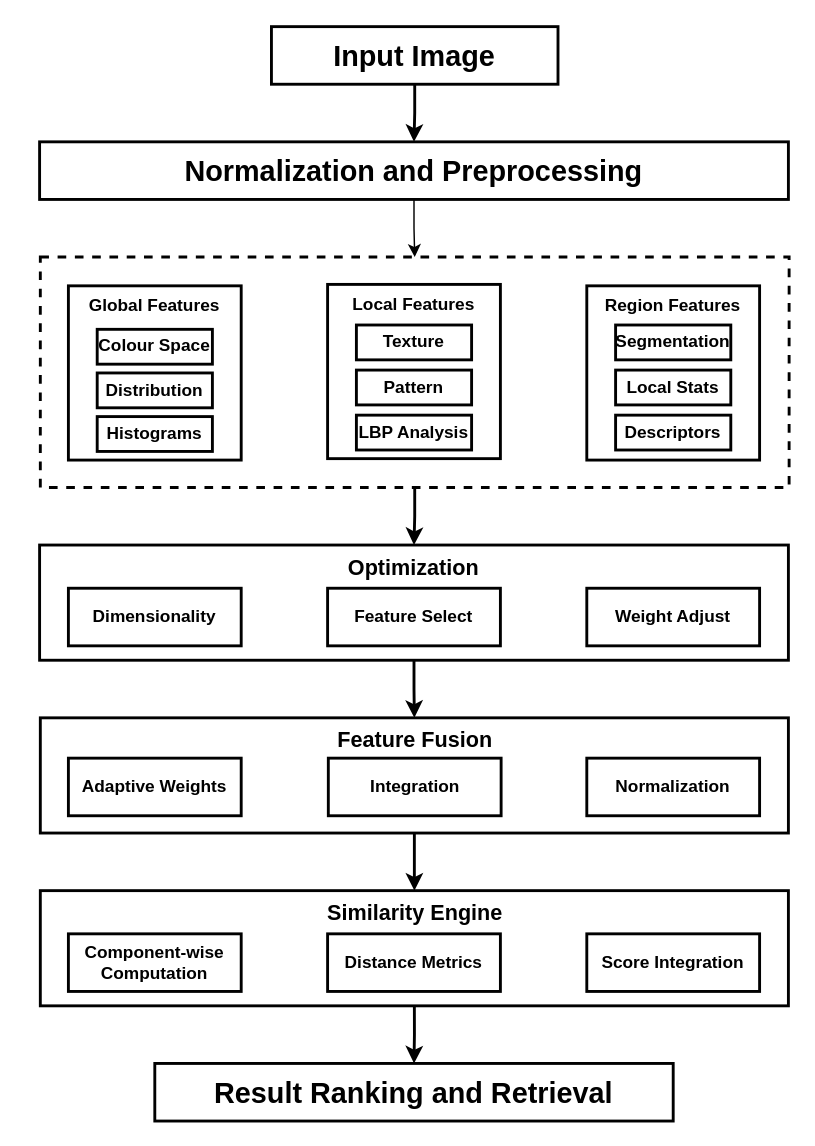
Above: CBIR_2_1.drawio in vinayak-k24/DrawIO (draw.io), before the change. Source tidied: cells renumbered, new cells numbered last; positions are measured from the earlier drawing's top-left corner, leaving out a move shared by most shapes. Both pictures are drawn from the tidied source at 144%, with x=0, y=0 at pixel (39, 26).
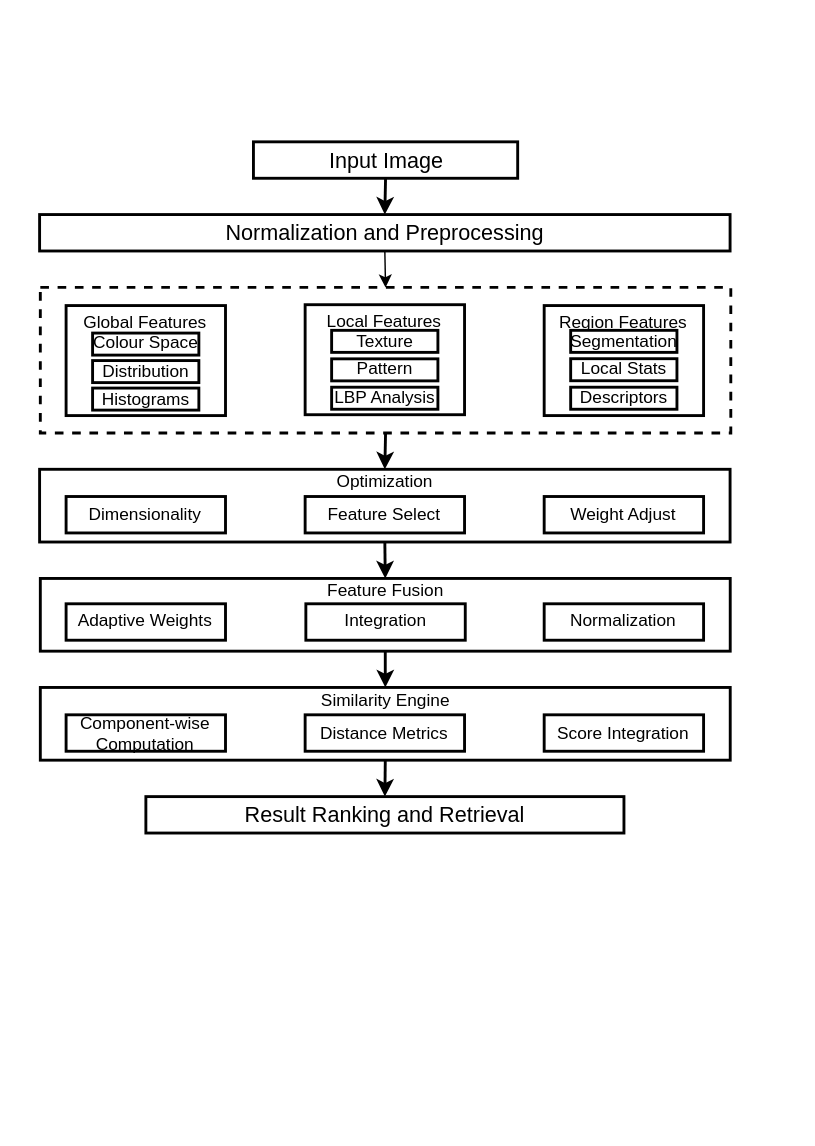
Above is the later version.

What changed in the source:
```diff
@@
+    <mxCell id="39" style="rounded=0;whiteSpace=wrap;html=1;fillColor=default;strokeColor=#FFFFFF;" parent="1" vertex="1">
+      <mxGeometry x="-10" y="70" width="500" height="500" as="geometry" />
+    </mxCell>
-    <mxCell id="2" style="edgeStyle=orthogonalEdgeStyle;rounded=0;jettySize=auto;html=1;exitX=0.5;exitY=1;exitDx=0;exitDy=0;entryX=0.5;entryY=0;entryDx=0;entryDy=0;strokeWidth=2;shadow=0;" parent="1" edge="1" source="3" target="9">
+    <mxCell id="2" style="edgeStyle=orthogonalEdgeStyle;rounded=0;jettySize=auto;html=1;exitX=0.5;exitY=1;exitDx=0;exitDy=0;entryX=0.5;entryY=0;entryDx=0;entryDy=0;strokeWidth=2;shadow=0;fontStyle=0;spacing=0;" parent="1" edge="1" source="3" target="9">
       <mxGeometry relative="1" as="geometry" />
     </mxCell>
-    <mxCell id="3" style="rounded=0;whiteSpace=wrap;html=1;verticalAlign=top;dashed=1;fontStyle=1;strokeWidth=2;shadow=0;" parent="1" vertex="1">
-      <mxGeometry x="0.5" y="160" width="520" height="160" as="geometry" />
+    <mxCell id="3" style="rounded=0;whiteSpace=wrap;html=1;verticalAlign=top;dashed=1;fontStyle=0;strokeWidth=2;shadow=0;spacing=0;" parent="1" vertex="1">
+      <mxGeometry x="0.5" y="181.1" width="479.5" height="101.1" as="geometry" />
     </mxCell>
-    <mxCell id="4" style="edgeStyle=orthogonalEdgeStyle;rounded=0;jettySize=auto;html=1;exitX=0.5;exitY=1;exitDx=0;exitDy=0;entryX=0.5;entryY=0;entryDx=0;entryDy=0;strokeWidth=2;shadow=0;" parent="1" edge="1" source="5" target="7">
+    <mxCell id="4" style="edgeStyle=orthogonalEdgeStyle;rounded=0;jettySize=auto;html=1;exitX=0.5;exitY=1;exitDx=0;exitDy=0;entryX=0.5;entryY=0;entryDx=0;entryDy=0;strokeWidth=2;shadow=0;fontStyle=0;spacing=0;" parent="1" edge="1" source="5" target="7">
       <mxGeometry relative="1" as="geometry" />
     </mxCell>
-    <mxCell id="5" value="Input Image" style="rounded=0;whiteSpace=wrap;html=1;verticalAlign=middle;fontStyle=1;fontSize=20;strokeWidth=2;shadow=0;" parent="1" vertex="1">
-      <mxGeometry x="161" width="199" height="40" as="geometry" />
+    <mxCell id="5" value="Input Image" style="rounded=0;whiteSpace=wrap;html=1;verticalAlign=middle;fontStyle=0;fontSize=15;strokeWidth=2;shadow=0;spacing=0;" parent="1" vertex="1">
+      <mxGeometry x="148.5" y="80" width="183.5" height="25.3" as="geometry" />
     </mxCell>
-    <mxCell id="6" style="edgeStyle=orthogonalEdgeStyle;rounded=0;jettySize=auto;html=1;exitX=0.5;exitY=1;exitDx=0;exitDy=0;entryX=0.5;entryY=0;entryDx=0;entryDy=0;shadow=0;" parent="1" edge="1" source="7" target="3">
+    <mxCell id="6" style="edgeStyle=orthogonalEdgeStyle;rounded=0;jettySize=auto;html=1;exitX=0.5;exitY=1;exitDx=0;exitDy=0;entryX=0.5;entryY=0;entryDx=0;entryDy=0;shadow=0;fontStyle=0;spacing=0;" parent="1" edge="1" source="7" target="3">
       <mxGeometry relative="1" as="geometry" />
     </mxCell>
-    <mxCell id="7" value="Normalization and Preprocessing" style="rounded=0;whiteSpace=wrap;html=1;verticalAlign=middle;fontSize=20;fontStyle=1;strokeWidth=2;shadow=0;" parent="1" vertex="1">
-      <mxGeometry y="80" width="520" height="40" as="geometry" />
+    <mxCell id="7" value="Normalization and Preprocessing" style="rounded=0;whiteSpace=wrap;html=1;verticalAlign=middle;fontSize=15;fontStyle=0;strokeWidth=2;shadow=0;spacing=0;" parent="1" vertex="1">
+      <mxGeometry y="130.5" width="479.5" height="25.3" as="geometry" />
     </mxCell>
-    <mxCell id="8" style="edgeStyle=orthogonalEdgeStyle;rounded=0;jettySize=auto;html=1;exitX=0.5;exitY=1;exitDx=0;exitDy=0;entryX=0.5;entryY=0;entryDx=0;entryDy=0;strokeWidth=2;shadow=0;" parent="1" edge="1" source="9" target="11">
+    <mxCell id="8" style="edgeStyle=orthogonalEdgeStyle;rounded=0;jettySize=auto;html=1;exitX=0.5;exitY=1;exitDx=0;exitDy=0;entryX=0.5;entryY=0;entryDx=0;entryDy=0;strokeWidth=2;shadow=0;fontStyle=0;spacing=0;" parent="1" edge="1" source="9" target="11">
       <mxGeometry relative="1" as="geometry" />
     </mxCell>
-    <mxCell id="9" value="&lt;font style=&quot;font-size: 15px;&quot;&gt;Optimization&lt;/font&gt;" style="rounded=0;whiteSpace=wrap;html=1;verticalAlign=top;fontStyle=1;strokeWidth=2;shadow=0;" parent="1" vertex="1">
-      <mxGeometry y="360" width="520" height="80" as="geometry" />
+    <mxCell id="9" value="&lt;font&gt;Optimization&lt;/font&gt;" style="rounded=0;whiteSpace=wrap;html=1;verticalAlign=top;fontStyle=0;strokeWidth=2;shadow=0;spacing=0;spacingTop=-3;fontSize=12;" parent="1" vertex="1">
+      <mxGeometry y="307.4" width="479.5" height="50.5" as="geometry" />
     </mxCell>
-    <mxCell id="10" style="edgeStyle=orthogonalEdgeStyle;rounded=0;jettySize=auto;html=1;exitX=0.5;exitY=1;exitDx=0;exitDy=0;entryX=0.5;entryY=0;entryDx=0;entryDy=0;strokeWidth=2;shadow=0;" parent="1" edge="1" source="11" target="13">
+    <mxCell id="10" style="edgeStyle=orthogonalEdgeStyle;rounded=0;jettySize=auto;html=1;exitX=0.5;exitY=1;exitDx=0;exitDy=0;entryX=0.5;entryY=0;entryDx=0;entryDy=0;strokeWidth=2;shadow=0;fontStyle=0;spacing=0;" parent="1" edge="1" source="11" target="13">
       <mxGeometry relative="1" as="geometry" />
     </mxCell>
-    <mxCell id="11" value="&lt;font style=&quot;font-size: 15px;&quot;&gt;Feature Fusion&lt;/font&gt;" style="rounded=0;whiteSpace=wrap;html=1;verticalAlign=top;fontStyle=1;strokeWidth=2;shadow=0;" parent="1" vertex="1">
-      <mxGeometry x="0.5" y="480" width="519.5" height="80" as="geometry" />
+    <mxCell id="11" value="&lt;font&gt;Feature Fusion&lt;/font&gt;" style="rounded=0;whiteSpace=wrap;html=1;verticalAlign=top;fontStyle=0;strokeWidth=2;shadow=0;spacing=0;spacingTop=-3;fontSize=12;" parent="1" vertex="1">
+      <mxGeometry x="0.5" y="383.2" width="479.1" height="50.5" as="geometry" />
     </mxCell>
-    <mxCell id="12" style="edgeStyle=orthogonalEdgeStyle;rounded=0;jettySize=auto;html=1;exitX=0.5;exitY=1;exitDx=0;exitDy=0;entryX=0.5;entryY=0;entryDx=0;entryDy=0;strokeWidth=2;shadow=0;" parent="1" edge="1" source="13" target="14">
+    <mxCell id="12" style="edgeStyle=orthogonalEdgeStyle;rounded=0;jettySize=auto;html=1;exitX=0.5;exitY=1;exitDx=0;exitDy=0;entryX=0.5;entryY=0;entryDx=0;entryDy=0;strokeWidth=2;shadow=0;fontStyle=0;spacing=0;" parent="1" edge="1" source="13" target="14">
       <mxGeometry relative="1" as="geometry" />
     </mxCell>
-    <mxCell id="13" value="&lt;font style=&quot;font-size: 15px;&quot;&gt;Similarity Engine&lt;/font&gt;" style="rounded=0;whiteSpace=wrap;html=1;verticalAlign=top;fontStyle=1;strokeWidth=2;shadow=0;" parent="1" vertex="1">
-      <mxGeometry x="0.5" y="600" width="519.5" height="80" as="geometry" />
+    <mxCell id="13" value="&lt;font&gt;Similarity Engine&lt;/font&gt;" style="rounded=0;whiteSpace=wrap;html=1;verticalAlign=top;fontStyle=0;strokeWidth=2;shadow=0;spacing=0;spacingTop=-3;fontSize=12;" parent="1" vertex="1">
+      <mxGeometry x="0.5" y="458.9" width="479.1" height="50.5" as="geometry" />
     </mxCell>
-    <mxCell id="14" value="&lt;font style=&quot;font-size: 20px;&quot;&gt;Result Ranking and Retrieval&lt;/font&gt;" style="rounded=0;whiteSpace=wrap;html=1;verticalAlign=middle;fontStyle=1;strokeWidth=2;shadow=0;" parent="1" vertex="1">
-      <mxGeometry x="80" y="720" width="360" height="40" as="geometry" />
+    <mxCell id="14" value="&lt;font&gt;Result Ranking and Retrieval&lt;/font&gt;" style="rounded=0;whiteSpace=wrap;html=1;verticalAlign=middle;fontStyle=0;strokeWidth=2;shadow=0;spacing=0;fontSize=15;" parent="1" vertex="1">
+      <mxGeometry x="73.8" y="534.7" width="332" height="25.3" as="geometry" />
     </mxCell>
-    <mxCell id="15" value="Component-wise Computation" style="rounded=0;whiteSpace=wrap;html=1;fontStyle=1;strokeWidth=2;shadow=0;" parent="1" vertex="1">
-      <mxGeometry x="20" y="630" width="120" height="40" as="geometry" />
+    <mxCell id="15" value="Component-wise Computation" style="rounded=0;whiteSpace=wrap;html=1;fontStyle=0;strokeWidth=2;shadow=0;spacing=0;" parent="1" vertex="1">
+      <mxGeometry x="18.4" y="477.9" width="110.7" height="25.3" as="geometry" />
     </mxCell>
-    <mxCell id="16" value="Distance Metrics" style="rounded=0;whiteSpace=wrap;html=1;fontStyle=1;strokeWidth=2;shadow=0;" parent="1" vertex="1">
-      <mxGeometry x="200" y="630" width="120" height="40" as="geometry" />
+    <mxCell id="16" value="Distance Metrics" style="rounded=0;whiteSpace=wrap;html=1;fontStyle=0;strokeWidth=2;shadow=0;spacing=0;" parent="1" vertex="1">
+      <mxGeometry x="184.4" y="477.9" width="110.7" height="25.3" as="geometry" />
     </mxCell>
-    <mxCell id="17" value="Score Integration" style="rounded=0;whiteSpace=wrap;html=1;fontStyle=1;strokeWidth=2;shadow=0;" parent="1" vertex="1">
-      <mxGeometry x="380" y="630" width="120" height="40" as="geometry" />
+    <mxCell id="17" value="Score Integration" style="rounded=0;whiteSpace=wrap;html=1;fontStyle=0;strokeWidth=2;shadow=0;spacing=0;" parent="1" vertex="1">
+      <mxGeometry x="350.4" y="477.9" width="110.7" height="25.3" as="geometry" />
     </mxCell>
-    <mxCell id="18" value="Adaptive Weights" style="rounded=0;whiteSpace=wrap;html=1;fontStyle=1;strokeWidth=2;shadow=0;" parent="1" vertex="1">
-      <mxGeometry x="20" y="508" width="120" height="40" as="geometry" />
+    <mxCell id="18" value="Adaptive Weights" style="rounded=0;whiteSpace=wrap;html=1;fontStyle=0;strokeWidth=2;shadow=0;spacing=0;" parent="1" vertex="1">
+      <mxGeometry x="18.4" y="400.8" width="110.7" height="25.3" as="geometry" />
     </mxCell>
-    <mxCell id="19" value="Integration" style="rounded=0;whiteSpace=wrap;html=1;fontStyle=1;strokeWidth=2;shadow=0;" parent="1" vertex="1">
-      <mxGeometry x="200.5" y="508" width="120" height="40" as="geometry" />
+    <mxCell id="19" value="Integration" style="rounded=0;whiteSpace=wrap;html=1;fontStyle=0;strokeWidth=2;shadow=0;spacing=0;" parent="1" vertex="1">
+      <mxGeometry x="184.9" y="400.8" width="110.7" height="25.3" as="geometry" />
     </mxCell>
-    <mxCell id="20" value="Normalization" style="rounded=0;whiteSpace=wrap;html=1;fontStyle=1;strokeWidth=2;shadow=0;" parent="1" vertex="1">
-      <mxGeometry x="380" y="508" width="120" height="40" as="geometry" />
+    <mxCell id="20" value="Normalization" style="rounded=0;whiteSpace=wrap;html=1;fontStyle=0;strokeWidth=2;shadow=0;spacing=0;" parent="1" vertex="1">
+      <mxGeometry x="350.4" y="400.8" width="110.7" height="25.3" as="geometry" />
     </mxCell>
-    <mxCell id="21" value="Dimensionality" style="rounded=0;whiteSpace=wrap;html=1;fontStyle=1;strokeWidth=2;shadow=0;" parent="1" vertex="1">
-      <mxGeometry x="20" y="390" width="120" height="40" as="geometry" />
+    <mxCell id="21" value="Dimensionality" style="rounded=0;whiteSpace=wrap;html=1;fontStyle=0;strokeWidth=2;shadow=0;spacing=0;" parent="1" vertex="1">
+      <mxGeometry x="18.4" y="326.3" width="110.7" height="25.3" as="geometry" />
     </mxCell>
-    <mxCell id="22" value="Feature Select" style="rounded=0;whiteSpace=wrap;html=1;fontStyle=1;strokeWidth=2;shadow=0;" parent="1" vertex="1">
-      <mxGeometry x="200" y="390" width="120" height="40" as="geometry" />
+    <mxCell id="22" value="Feature Select" style="rounded=0;whiteSpace=wrap;html=1;fontStyle=0;strokeWidth=2;shadow=0;spacing=0;" parent="1" vertex="1">
+      <mxGeometry x="184.4" y="326.3" width="110.7" height="25.3" as="geometry" />
     </mxCell>
-    <mxCell id="23" value="Weight Adjust" style="rounded=0;whiteSpace=wrap;html=1;fontStyle=1;strokeWidth=2;shadow=0;" parent="1" vertex="1">
-      <mxGeometry x="380" y="390" width="120" height="40" as="geometry" />
+    <mxCell id="23" value="Weight Adjust" style="rounded=0;whiteSpace=wrap;html=1;fontStyle=0;strokeWidth=2;shadow=0;spacing=0;" parent="1" vertex="1">
+      <mxGeometry x="350.4" y="326.3" width="110.7" height="25.3" as="geometry" />
     </mxCell>
-    <mxCell id="24" style="group;fontStyle=1;strokeWidth=2;shadow=0;" parent="1" vertex="1">
-      <mxGeometry x="20" y="180" width="120" height="121" as="geometry" />
+    <mxCell id="24" style="group;fontStyle=0;strokeWidth=2;shadow=0;spacingTop=0;spacing=0;" parent="1" vertex="1">
+      <mxGeometry x="18.4" y="193.7" width="110.7" height="76.4" as="geometry" />
     </mxCell>
-    <mxCell id="25" value="Global Features" style="rounded=0;whiteSpace=wrap;html=1;verticalAlign=top;fontStyle=1;strokeWidth=2;shadow=0;" parent="24" vertex="1">
-      <mxGeometry width="120" height="121" as="geometry" />
+    <mxCell id="25" value="Global Features" style="rounded=0;whiteSpace=wrap;html=1;verticalAlign=top;fontStyle=0;strokeWidth=2;shadow=0;spacing=0;" parent="24" vertex="1">
+      <mxGeometry width="110.7" height="76.4" as="geometry" />
     </mxCell>
-    <mxCell id="26" value="Colour Space" style="rounded=0;whiteSpace=wrap;html=1;fontStyle=1;strokeWidth=2;shadow=0;" parent="24" vertex="1">
-      <mxGeometry x="20" y="30.2" width="80" height="24.2" as="geometry" />
+    <mxCell id="26" value="Colour Space" style="rounded=0;whiteSpace=wrap;html=1;fontStyle=0;strokeWidth=2;shadow=0;spacing=0;" parent="24" vertex="1">
+      <mxGeometry x="18.4" y="19.1" width="73.8" height="15.3" as="geometry" />
     </mxCell>
-    <mxCell id="27" value="Distribution" style="rounded=0;whiteSpace=wrap;html=1;fontStyle=1;strokeWidth=2;shadow=0;" parent="24" vertex="1">
-      <mxGeometry x="20" y="60.5" width="80" height="24.2" as="geometry" />
+    <mxCell id="27" value="Distribution" style="rounded=0;whiteSpace=wrap;html=1;fontStyle=0;strokeWidth=2;shadow=0;spacing=0;" parent="24" vertex="1">
+      <mxGeometry x="18.4" y="38.2" width="73.8" height="15.3" as="geometry" />
     </mxCell>
-    <mxCell id="28" value="Histograms" style="rounded=0;whiteSpace=wrap;html=1;fontStyle=1;strokeWidth=2;shadow=0;" parent="24" vertex="1">
-      <mxGeometry x="20" y="90.8" width="80" height="24.2" as="geometry" />
+    <mxCell id="28" value="Histograms" style="rounded=0;whiteSpace=wrap;html=1;fontStyle=0;strokeWidth=2;shadow=0;spacing=0;" parent="24" vertex="1">
+      <mxGeometry x="18.4" y="57.3" width="73.8" height="15.3" as="geometry" />
     </mxCell>
-    <mxCell id="29" style="group;fontStyle=1;strokeWidth=2;shadow=0;" parent="1" vertex="1">
-      <mxGeometry x="200" y="179" width="120" height="121" as="geometry" />
+    <mxCell id="29" style="group;fontStyle=0;strokeWidth=2;shadow=0;spacingTop=0;spacing=0;" parent="1" vertex="1">
+      <mxGeometry x="184.4" y="193.1" width="110.7" height="76.4" as="geometry" />
     </mxCell>
-    <mxCell id="30" value="Local Features" style="rounded=0;whiteSpace=wrap;html=1;verticalAlign=top;fontStyle=1;strokeWidth=2;shadow=0;" parent="29" vertex="1">
-      <mxGeometry width="120" height="121" as="geometry" />
+    <mxCell id="30" value="Local Features" style="rounded=0;whiteSpace=wrap;html=1;verticalAlign=top;fontStyle=0;strokeWidth=2;shadow=0;spacing=0;" parent="29" vertex="1">
+      <mxGeometry width="110.7" height="76.4" as="geometry" />
     </mxCell>
-    <mxCell id="31" value="Texture" style="rounded=0;whiteSpace=wrap;html=1;fontStyle=1;strokeWidth=2;shadow=0;" parent="29" vertex="1">
-      <mxGeometry x="20" y="28.2" width="80" height="24.2" as="geometry" />
+    <mxCell id="31" value="Texture" style="rounded=0;whiteSpace=wrap;html=1;fontStyle=0;strokeWidth=2;shadow=0;spacing=0;" parent="29" vertex="1">
+      <mxGeometry x="18.4" y="17.8" width="73.8" height="15.3" as="geometry" />
     </mxCell>
-    <mxCell id="32" value="Pattern" style="rounded=0;whiteSpace=wrap;html=1;fontStyle=1;strokeWidth=2;shadow=0;" parent="29" vertex="1">
-      <mxGeometry x="20" y="59.5" width="80" height="24.2" as="geometry" />
+    <mxCell id="32" value="Pattern" style="rounded=0;whiteSpace=wrap;html=1;fontStyle=0;strokeWidth=2;shadow=0;spacing=0;" parent="29" vertex="1">
+      <mxGeometry x="18.4" y="37.6" width="73.8" height="15.3" as="geometry" />
     </mxCell>
-    <mxCell id="33" value="LBP Analysis" style="rounded=0;whiteSpace=wrap;html=1;fontStyle=1;strokeWidth=2;shadow=0;" parent="29" vertex="1">
-      <mxGeometry x="20" y="90.8" width="80" height="24.2" as="geometry" />
+    <mxCell id="33" value="LBP Analysis" style="rounded=0;whiteSpace=wrap;html=1;fontStyle=0;strokeWidth=2;shadow=0;spacing=0;" parent="29" vertex="1">
+      <mxGeometry x="18.4" y="57.3" width="73.8" height="15.3" as="geometry" />
     </mxCell>
-    <mxCell id="34" style="group;fontStyle=1;strokeWidth=2;shadow=0;" parent="1" vertex="1">
-      <mxGeometry x="380" y="180" width="120" height="121" as="geometry" />
+    <mxCell id="34" style="group;fontStyle=0;strokeWidth=2;shadow=0;spacingTop=0;spacing=0;" parent="1" vertex="1">
+      <mxGeometry x="350.4" y="193.7" width="110.7" height="76.4" as="geometry" />
     </mxCell>
-    <mxCell id="35" value="Region Features" style="rounded=0;whiteSpace=wrap;html=1;verticalAlign=top;fontStyle=1;strokeWidth=2;shadow=0;" parent="34" vertex="1">
-      <mxGeometry width="120" height="121" as="geometry" />
+    <mxCell id="35" value="Region Features" style="rounded=0;whiteSpace=wrap;html=1;verticalAlign=top;fontStyle=0;strokeWidth=2;shadow=0;spacing=0;" parent="34" vertex="1">
+      <mxGeometry width="110.7" height="76.4" as="geometry" />
     </mxCell>
-    <mxCell id="36" value="Segmentation" style="rounded=0;whiteSpace=wrap;html=1;fontStyle=1;strokeWidth=2;shadow=0;" parent="34" vertex="1">
-      <mxGeometry x="20" y="27.2" width="80" height="24.2" as="geometry" />
+    <mxCell id="36" value="Segmentation" style="rounded=0;whiteSpace=wrap;html=1;fontStyle=0;strokeWidth=2;shadow=0;spacing=0;" parent="34" vertex="1">
+      <mxGeometry x="18.4" y="17.2" width="73.8" height="15.3" as="geometry" />
     </mxCell>
-    <mxCell id="37" value="Local Stats" style="rounded=0;whiteSpace=wrap;html=1;fontStyle=1;strokeWidth=2;shadow=0;" parent="34" vertex="1">
-      <mxGeometry x="20" y="58.5" width="80" height="24.2" as="geometry" />
+    <mxCell id="37" value="Local Stats" style="rounded=0;whiteSpace=wrap;html=1;fontStyle=0;strokeWidth=2;shadow=0;spacing=0;" parent="34" vertex="1">
+      <mxGeometry x="18.4" y="36.9" width="73.8" height="15.3" as="geometry" />
     </mxCell>
-    <mxCell id="38" value="Descriptors" style="rounded=0;whiteSpace=wrap;html=1;fontStyle=1;strokeWidth=2;shadow=0;" parent="34" vertex="1">
-      <mxGeometry x="20" y="89.8" width="80" height="24.2" as="geometry" />
+    <mxCell id="38" value="Descriptors" style="rounded=0;whiteSpace=wrap;html=1;fontStyle=0;strokeWidth=2;shadow=0;spacing=0;" parent="34" vertex="1">
+      <mxGeometry x="18.4" y="56.7" width="73.8" height="15.3" as="geometry" />
     </mxCell>
```
